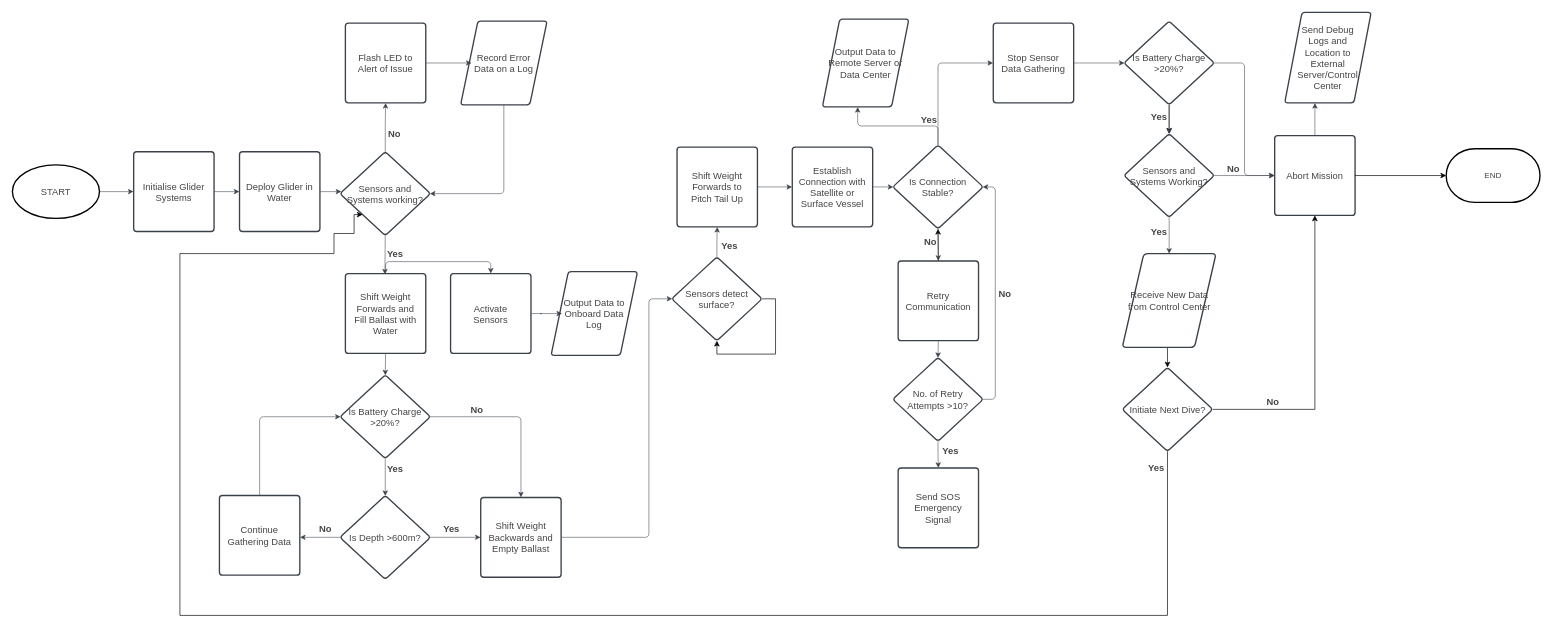
Above: Diving Procedure.drawio in Schlubs/UnGlider-EPQ (draw.io), before the change. Source tidied: cells renumbered, new cells numbered last; positions are measured from the earlier drawing's top-left corner, leaving out a move shared by most shapes. Both pictures are drawn from the tidied source at 67%, with x=0, y=0 at pixel (12, 12).
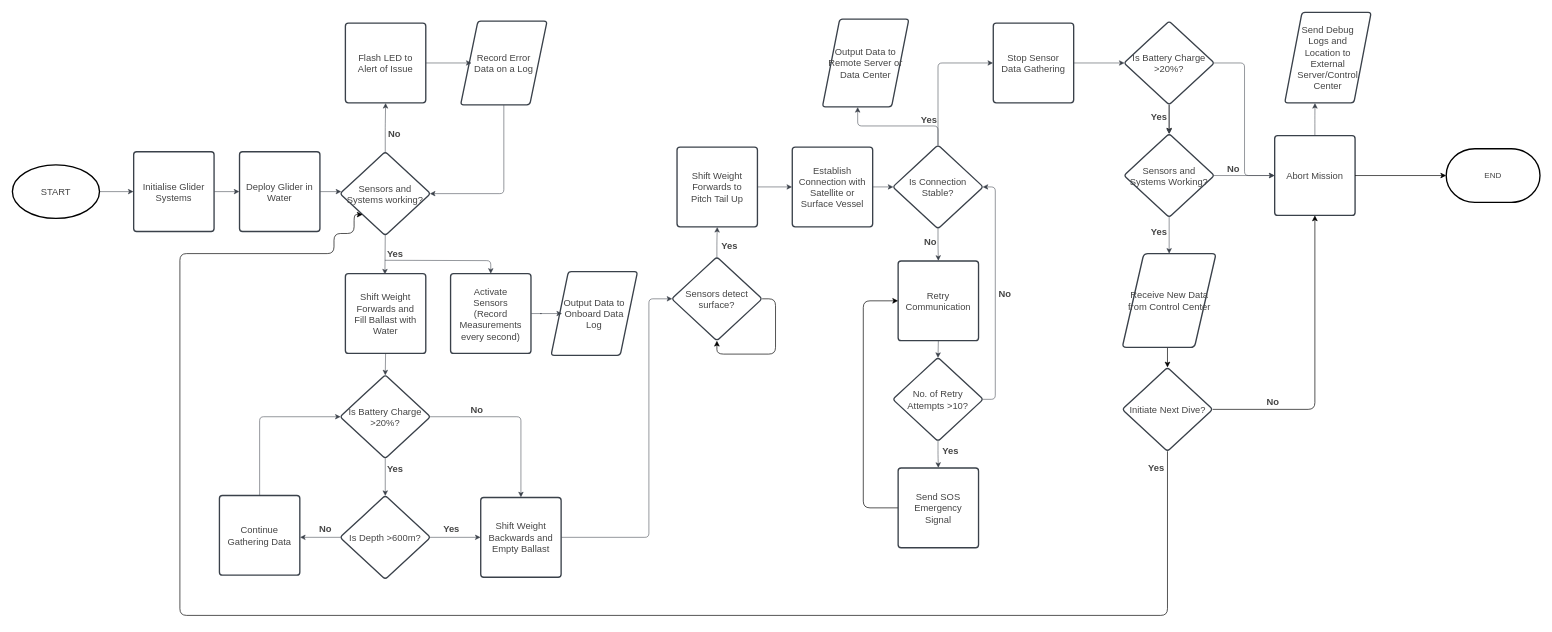
The same page after the edit.

The change refers to these unchanged cells:
```xml
<mxCell id="8" value="Shift Weight Forwards and  Fill Ballast with Water" style="html=1;overflow=block;blockSpacing=1;whiteSpace=wrap;fontSize=14;fontColor=#454545;spacing=9;strokeColor=#3a414a;strokeOpacity=100;fillOpacity=100;rounded=1;absoluteArcSize=1;arcSize=9;fillColor=#ffffff;strokeWidth=2;lucidId=5ETVm~x~REYm;" parent="1" vertex="1">
  <mxGeometry x="497" y="390" width="120" height="119" as="geometry" />
</mxCell>
<mxCell id="9" value="Sensors and Systems working?" style="html=1;overflow=block;blockSpacing=1;whiteSpace=wrap;rhombus;fontSize=14;fontColor=#454545;spacing=3.8;strokeColor=#3a414a;strokeOpacity=100;fillOpacity=100;rounded=1;absoluteArcSize=1;arcSize=9;fillColor=#ffffff;strokeWidth=2;lucidId=gFTVZbqtd3im;" parent="1" vertex="1">
  <mxGeometry x="489" y="208" width="135" height="125" as="geometry" />
</mxCell>
<mxCell id="36" value="Sensors detect surface?" style="html=1;overflow=block;blockSpacing=1;whiteSpace=wrap;rhombus;fontSize=14;fontColor=#454545;spacing=3.8;strokeColor=#3a414a;strokeOpacity=100;fillOpacity=100;rounded=1;absoluteArcSize=1;arcSize=9;fillColor=#ffffff;strokeWidth=2;lucidId=ueUVGRdrRhw9;" parent="1" vertex="1">
  <mxGeometry x="984" y="365" width="135" height="125" as="geometry" />
</mxCell>
<mxCell id="43" value="Is Connection Stable?" style="html=1;overflow=block;blockSpacing=1;whiteSpace=wrap;rhombus;fontSize=14;fontColor=#454545;spacing=3.8;strokeColor=#3a414a;strokeOpacity=100;fillOpacity=100;rounded=1;absoluteArcSize=1;arcSize=9;fillColor=#ffffff;strokeWidth=2;lucidId=CiUVsbAx1R4J;" parent="1" vertex="1">
  <mxGeometry x="1314" y="198" width="135" height="125" as="geometry" />
</mxCell>
<mxCell id="46" value="Retry Communication" style="html=1;overflow=block;blockSpacing=1;whiteSpace=wrap;fontSize=14;fontColor=#454545;spacing=9;strokeColor=#3a414a;strokeOpacity=100;fillOpacity=100;rounded=1;absoluteArcSize=1;arcSize=9;fillColor=#ffffff;strokeWidth=2;lucidId=utUVE7nfj1N7;" parent="1" vertex="1">
  <mxGeometry x="1322" y="371" width="120" height="119" as="geometry" />
</mxCell>
<mxCell id="53" value="Send SOS Emergency Signal" style="html=1;overflow=block;blockSpacing=1;whiteSpace=wrap;fontSize=14;fontColor=#454545;spacing=9;strokeColor=#3a414a;strokeOpacity=100;fillOpacity=100;rounded=1;absoluteArcSize=1;arcSize=9;fillColor=#ffffff;strokeWidth=2;lucidId=BDUVcMeU-quQ;" parent="1" vertex="1">
  <mxGeometry x="1322" y="680" width="120" height="119" as="geometry" />
</mxCell>
<mxCell id="66" value="Abort Mission" style="html=1;overflow=block;blockSpacing=1;whiteSpace=wrap;fontSize=14;fontColor=#454545;spacing=9;strokeColor=#3a414a;strokeOpacity=100;fillOpacity=100;rounded=1;absoluteArcSize=1;arcSize=9;fillColor=#ffffff;strokeWidth=2;lucidId=HOUVgvcs5lXh;" parent="1" vertex="1">
  <mxGeometry x="1884" y="184" width="120" height="119" as="geometry" />
</mxCell>
<mxCell id="81" value="Initiate Next Dive?" style="html=1;overflow=block;blockSpacing=1;whiteSpace=wrap;rhombus;fontSize=14;fontColor=#454545;spacing=3.8;strokeColor=#3A414A;strokeOpacity=100;fillOpacity=100;rounded=1;absoluteArcSize=1;arcSize=9;fillColor=#ffffff;strokeWidth=2;lucidId=oMUV1LnPZD3j;" parent="1" vertex="1">
  <mxGeometry x="1656.5" y="530" width="135" height="125" as="geometry" />
</mxCell>
```

The edit, as a diff of the source:
```diff
@@
-    <mxCell id="2" style="html=1;jettySize=18;whiteSpace=wrap;fontSize=14;strokeColor=#3a414a;strokeOpacity=100;strokeWidth=0.8;rounded=1;arcSize=12;edgeStyle=orthogonalEdgeStyle;startArrow=none;exitX=0.5;exitY=-0.003;exitPerimeter=0;entryX=0.5;entryY=-0.003;entryPerimeter=0;lucidId=mOTVLObXvtnB;fontColor=#454545;" parent="1" edge="1" source="8" target="19">
-      <mxGeometry relative="1" as="geometry" />
+    <mxCell id="2" style="html=1;jettySize=18;whiteSpace=wrap;fontSize=14;strokeColor=#3a414a;strokeOpacity=100;strokeWidth=0.8;rounded=1;arcSize=12;edgeStyle=orthogonalEdgeStyle;startArrow=none;entryX=0.5;entryY=0;lucidId=mOTVLObXvtnB;fontColor=#454545;entryDx=0;entryDy=0;" parent="1" edge="1" target="19">
+      <mxGeometry relative="1" as="geometry">
+        <mxPoint x="556" y="370" as="sourcePoint" />
+      </mxGeometry>
     </mxCell>
@@
-    <mxCell id="19" value="Activate Sensors" style="html=1;overflow=block;blockSpacing=1;whiteSpace=wrap;fontSize=14;fontColor=#454545;spacing=9;strokeColor=#3a414a;strokeOpacity=100;fillOpacity=100;rounded=1;absoluteArcSize=1;arcSize=9;fillColor=#ffffff;strokeWidth=2;lucidId=tMTV780zov4N;" parent="1" vertex="1">
+    <mxCell id="19" value="Activate Sensors (Record Measurements every second)" style="html=1;overflow=block;blockSpacing=1;whiteSpace=wrap;fontSize=14;fontColor=#454545;spacing=9;strokeColor=#3a414a;strokeOpacity=100;fillOpacity=100;rounded=1;absoluteArcSize=1;arcSize=9;fillColor=#ffffff;strokeWidth=2;lucidId=tMTV780zov4N;" parent="1" vertex="1">
       <mxGeometry x="654" y="390" width="120" height="119" as="geometry" />
     </mxCell>
@@
-    <mxCell id="45" style="edgeStyle=orthogonalEdgeStyle;rounded=0;jettySize=auto;html=1;" parent="1" edge="1" source="46" target="43">
-      <mxGeometry relative="1" as="geometry" />
-    </mxCell>
@@
+    <mxCell id="85" style="edgeStyle=orthogonalEdgeStyle;rounded=1;jettySize=auto;html=1;entryX=0;entryY=0.5;entryDx=0;entryDy=0;curved=0;" parent="1" edge="1" source="53" target="46">
+      <mxGeometry relative="1" as="geometry">
+        <Array as="points">
+          <mxPoint x="1270" y="740" />
+          <mxPoint x="1270" y="430" />
+        </Array>
+      </mxGeometry>
+    </mxCell>
@@
-    <mxCell id="79" style="edgeStyle=orthogonalEdgeStyle;rounded=0;jettySize=auto;html=1;exitX=0.5;exitY=1;exitDx=0;exitDy=0;entryX=0;entryY=1;entryDx=0;entryDy=0;" parent="1" edge="1" source="81" target="9">
+    <mxCell id="79" style="edgeStyle=orthogonalEdgeStyle;rounded=1;jettySize=auto;html=1;exitX=0.5;exitY=1;exitDx=0;exitDy=0;entryX=0;entryY=1;entryDx=0;entryDy=0;curved=0;" parent="1" edge="1" source="81" target="9">
       <mxGeometry relative="1" as="geometry">
         <Array as="points">
           <mxPoint x="1724" y="900" />
           <mxPoint x="250" y="900" />
           <mxPoint x="250" y="360" />
           <mxPoint x="480" y="360" />
           <mxPoint x="480" y="330" />
           <mxPoint x="510" y="330" />
           <mxPoint x="510" y="302" />
         </Array>
       </mxGeometry>
     </mxCell>
-    <mxCell id="80" style="edgeStyle=orthogonalEdgeStyle;rounded=0;jettySize=auto;html=1;exitX=1;exitY=0.5;exitDx=0;exitDy=0;entryX=0.5;entryY=1;entryDx=0;entryDy=0;" parent="1" edge="1" source="81" target="66">
+    <mxCell id="80" style="edgeStyle=orthogonalEdgeStyle;rounded=1;jettySize=auto;html=1;exitX=1;exitY=0.5;exitDx=0;exitDy=0;entryX=0.5;entryY=1;entryDx=0;entryDy=0;curved=0;" parent="1" edge="1" source="81" target="66">
       <mxGeometry relative="1" as="geometry" />
     </mxCell>
@@
-    <mxCell id="84" style="edgeStyle=orthogonalEdgeStyle;rounded=0;orthogonalLoop=1;jettySize=auto;html=1;exitX=1;exitY=0.5;exitDx=0;exitDy=0;entryX=0.5;entryY=1;entryDx=0;entryDy=0;" parent="1" edge="1" source="36" target="36">
+    <mxCell id="84" style="edgeStyle=orthogonalEdgeStyle;rounded=1;orthogonalLoop=1;jettySize=auto;html=1;exitX=1;exitY=0.5;exitDx=0;exitDy=0;entryX=0.5;entryY=1;entryDx=0;entryDy=0;curved=0;" parent="1" edge="1" source="36" target="36">
       <mxGeometry relative="1" as="geometry" />
     </mxCell>
```
